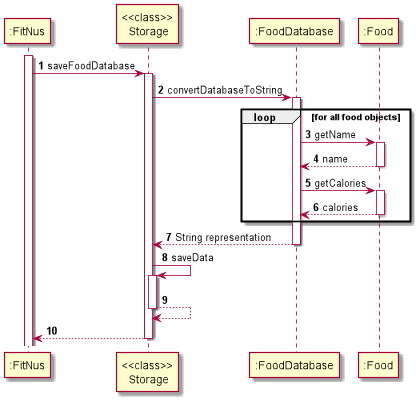
The PlantUML diagram docs/diagrams/Storage_sequence.png in praj-bellakka/tp, before a commit.
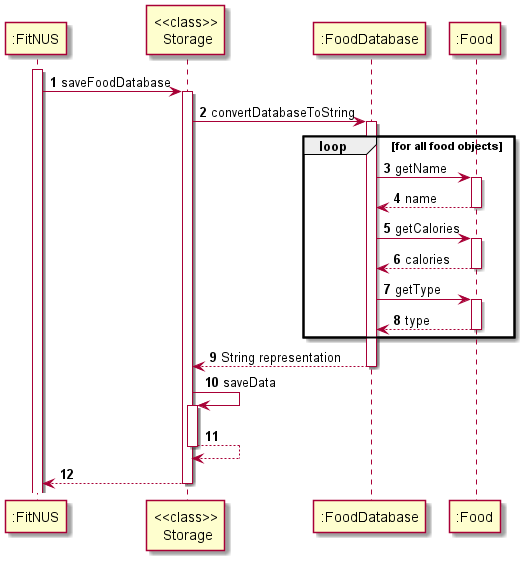
After the commit.

Diff of the diagram source:
```diff
@@ -2,8 +2,8 @@
 
 autonumber
 
-activate ":FitNus"
-":FitNus" -> "<<class>>\n Storage": saveFoodDatabase
+activate ":FitNUS"
+":FitNUS" -> "<<class>>\n Storage": saveFoodDatabase
 activate "<<class>>\n Storage"
 "<<class>>\n Storage" -> ":FoodDatabase" : convertDatabaseToString
 activate ":FoodDatabase"
@@ -14,6 +14,9 @@
 ":FoodDatabase" -> ":Food" : getCalories
 activate ":Food"
 return calories
+":FoodDatabase" -> ":Food" : getType
+activate ":Food"
+return type
 end
 return String representation
 "<<class>>\n Storage" -> "<<class>>\n Storage" : saveData
```
